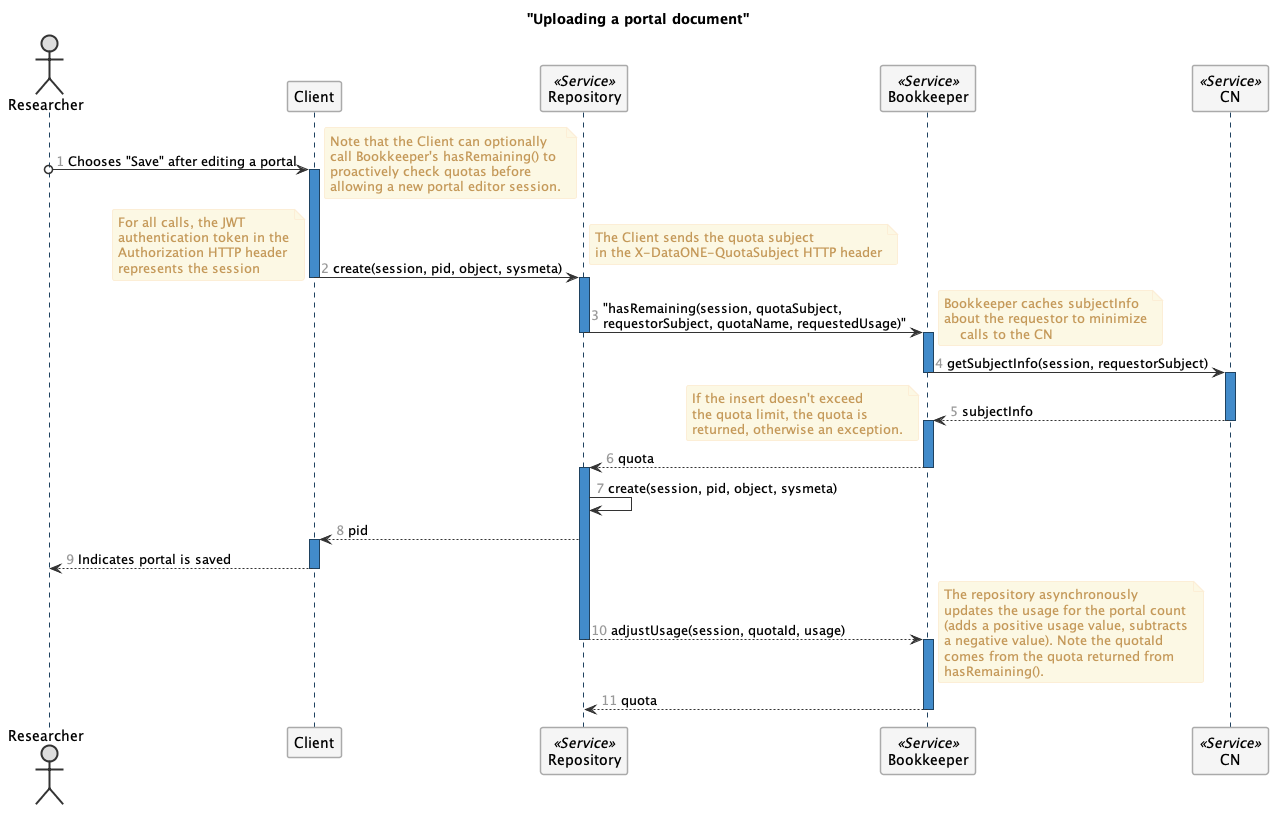
Earlier version of the PlantUML export docs/images/create-portal.png (DataONEorg/bookkeeper).
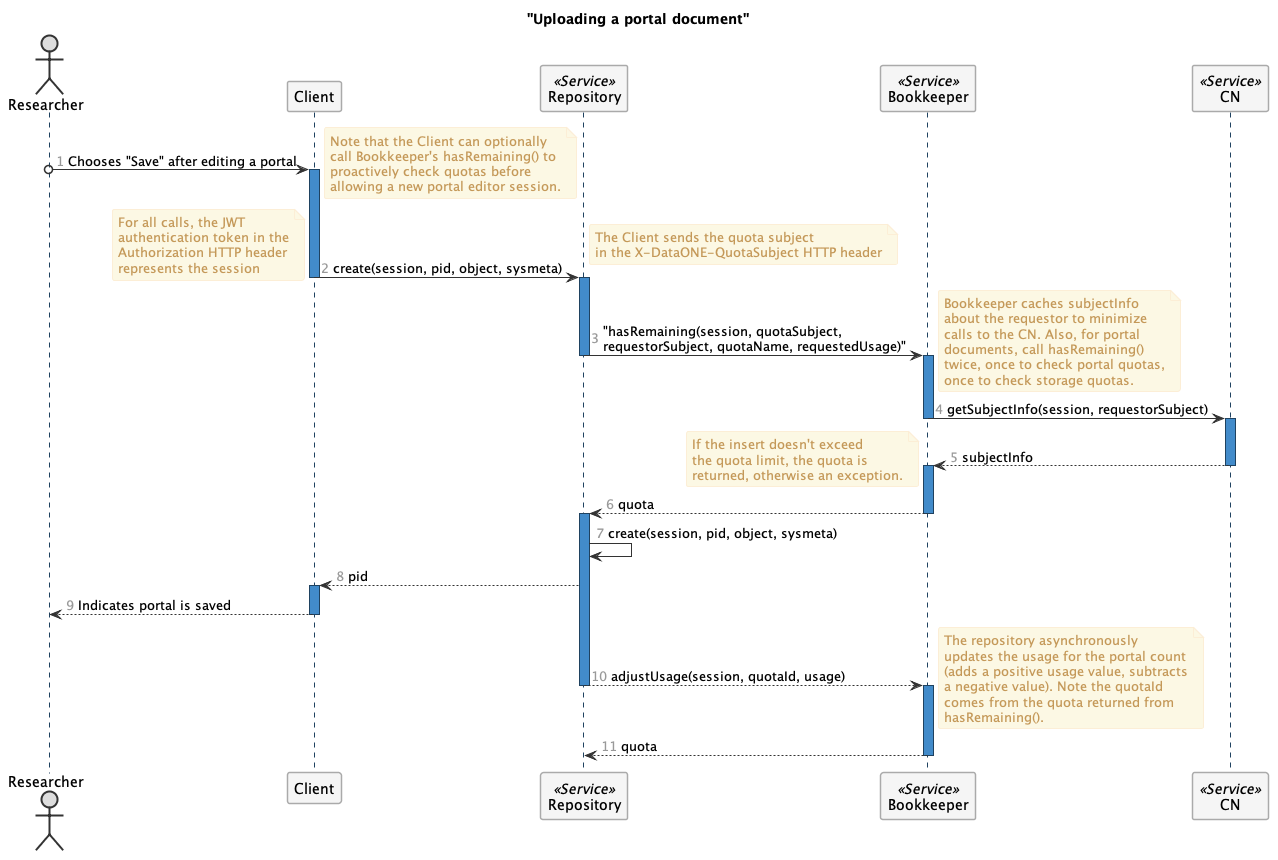
After the commit.

Commit message:
Minor sequence diagram note change.

The edit, as a diff of the source:
```diff
@@ -81,7 +81,10 @@
     note right
         Bookkeeper caches subjectInfo
         about the requestor to minimize
-            calls to the CN
+        calls to the CN. Also, for portal
+        documents, call hasRemaining()
+        twice, once to check portal quotas,
+        once to check storage quotas.
     end note
     Bookkeeper -> CN : getSubjectInfo(session, requestorSubject)
 deactivate Bookkeeper
```
